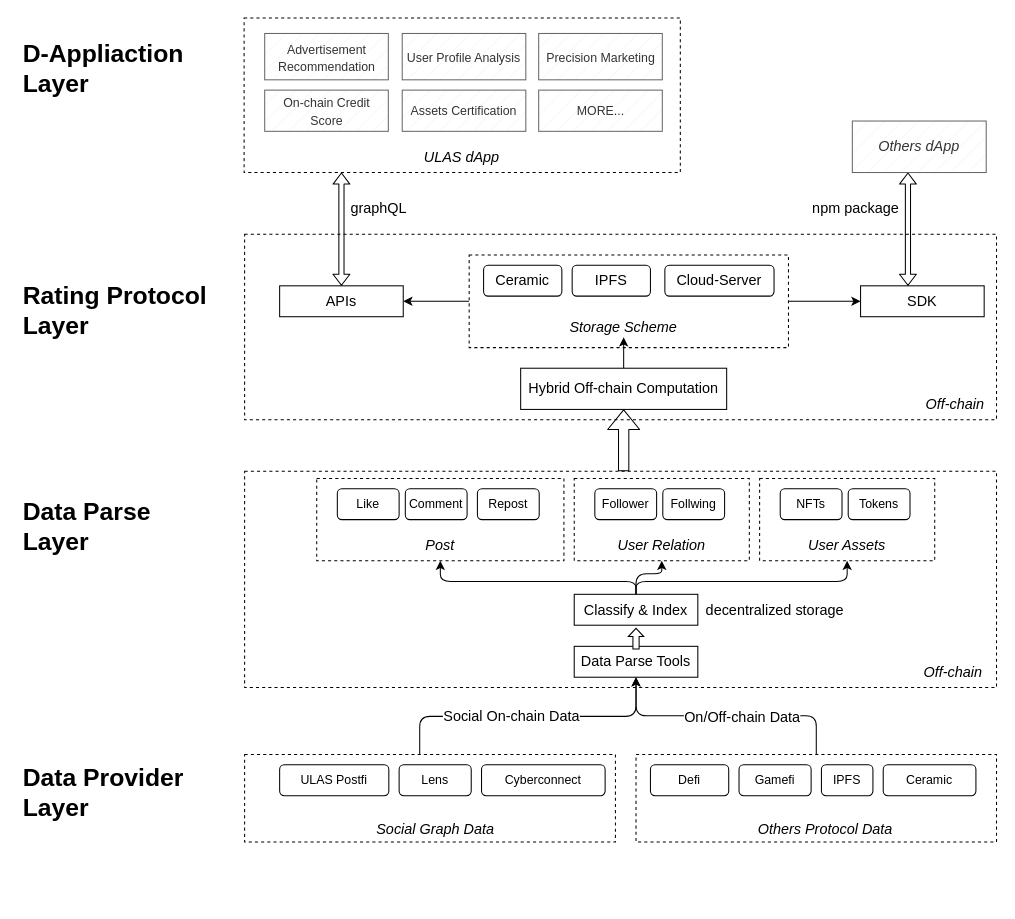
ulasnetwork/ulas-diagram keeps this draw.io diagram as Social Graph Quality Analysis.drawio. Above is the earlier version. Source tidied: cells renumbered, new cells numbered last; positions are measured from the earlier drawing's top-left corner, leaving out a move shared by most shapes. Both pictures are drawn from the tidied source at 103%, with x=0, y=0 at pixel (18, 18).
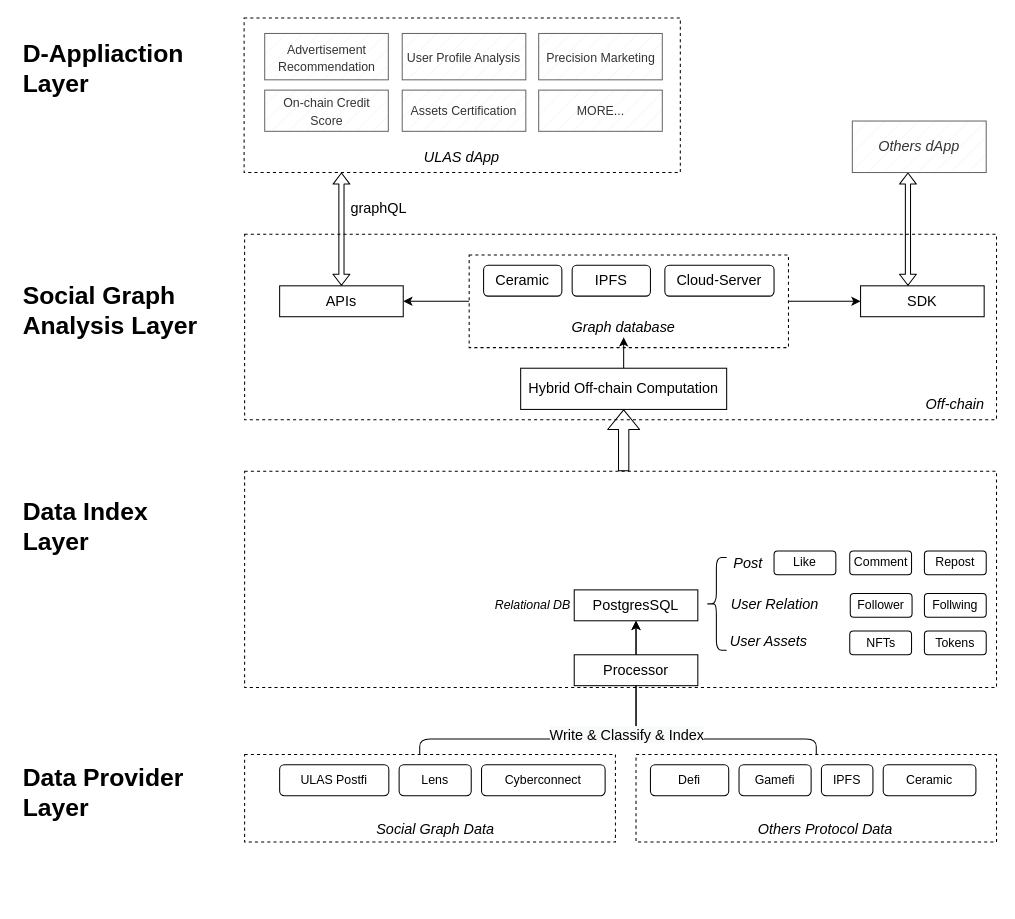
After the change.

The change refers to these unchanged cells:
```xml
<mxCell id="7" style="rounded=0;whiteSpace=wrap;html=1;dashed=1;" parent="1" vertex="1">
  <mxGeometry x="220" y="715" width="360" height="85" as="geometry" />
</mxCell>
<mxCell id="34" style="rounded=0;whiteSpace=wrap;html=1;dashed=1;" parent="1" vertex="1">
  <mxGeometry x="600" y="715" width="350" height="85" as="geometry" />
</mxCell>
```

Diff of the diagram source:
```diff
@@
-    <mxCell id="10" value="&lt;h1&gt;Rating Protocol Layer&lt;/h1&gt;" style="text;html=1;strokeColor=none;fillColor=none;spacing=5;spacingTop=-20;whiteSpace=wrap;overflow=hidden;rounded=0;" parent="1" vertex="1">
+    <mxCell id="10" value="&lt;h1&gt;Social Graph Analysis Layer&lt;/h1&gt;" style="text;html=1;strokeColor=none;fillColor=none;spacing=5;spacingTop=-20;whiteSpace=wrap;overflow=hidden;rounded=0;" parent="1" vertex="1">
       <mxGeometry y="250" width="190" height="120" as="geometry" />
     </mxCell>
@@
-    <mxCell id="14" value="&lt;h1&gt;Data Parse Layer&lt;/h1&gt;&lt;p&gt;&lt;br&gt;&lt;/p&gt;" style="text;html=1;strokeColor=none;fillColor=none;spacing=5;spacingTop=-20;whiteSpace=wrap;overflow=hidden;rounded=0;" parent="1" vertex="1">
+    <mxCell id="14" value="&lt;h1&gt;Data Index Layer&lt;/h1&gt;&lt;p&gt;&lt;br&gt;&lt;/p&gt;" style="text;html=1;strokeColor=none;fillColor=none;spacing=5;spacingTop=-20;whiteSpace=wrap;overflow=hidden;rounded=0;" parent="1" vertex="1">
       <mxGeometry y="459.8" width="200" height="170.5" as="geometry" />
     </mxCell>
@@
-    <mxCell id="17" style="rounded=0;whiteSpace=wrap;html=1;dashed=1;" parent="1" vertex="1">
-      <mxGeometry x="290" y="447" width="240" height="80" as="geometry" />
-    </mxCell>
     <mxCell id="18" value="Like" style="rounded=1;whiteSpace=wrap;html=1;" parent="1" vertex="1">
-      <mxGeometry x="310" y="457" width="60" height="30" as="geometry" />
+      <mxGeometry x="734" y="517.5" width="60" height="23" as="geometry" />
     </mxCell>
     <mxCell id="19" value="Comment" style="rounded=1;whiteSpace=wrap;html=1;" parent="1" vertex="1">
-      <mxGeometry x="376" y="457" width="60" height="30" as="geometry" />
+      <mxGeometry x="807.5" y="517.5" width="60" height="23" as="geometry" />
     </mxCell>
     <mxCell id="20" value="Repost" style="rounded=1;whiteSpace=wrap;html=1;" parent="1" vertex="1">
-      <mxGeometry x="446" y="457" width="60" height="30" as="geometry" />
+      <mxGeometry x="880" y="517.5" width="60" height="23" as="geometry" />
     </mxCell>
     <mxCell id="21" value="&lt;font style=&quot;font-size: 14px;&quot;&gt;&lt;i&gt;Post&lt;/i&gt;&lt;/font&gt;" style="text;html=1;strokeColor=none;fillColor=none;align=center;verticalAlign=middle;whiteSpace=wrap;rounded=0;" parent="1" vertex="1">
-      <mxGeometry x="380" y="497" width="60" height="30" as="geometry" />
+      <mxGeometry x="692" y="514" width="34" height="30" as="geometry" />
     </mxCell>
-    <mxCell id="22" style="rounded=0;whiteSpace=wrap;html=1;dashed=1;" parent="1" vertex="1">
-      <mxGeometry x="540" y="447" width="170" height="80" as="geometry" />
-    </mxCell>
     <mxCell id="23" value="Follower" style="rounded=1;whiteSpace=wrap;html=1;" parent="1" vertex="1">
-      <mxGeometry x="560" y="457" width="60" height="30" as="geometry" />
+      <mxGeometry x="808" y="558.8" width="60" height="23" as="geometry" />
     </mxCell>
     <mxCell id="24" value="Follwing" style="rounded=1;whiteSpace=wrap;html=1;" parent="1" vertex="1">
-      <mxGeometry x="626" y="457" width="60" height="30" as="geometry" />
+      <mxGeometry x="880" y="558.8" width="60" height="23" as="geometry" />
     </mxCell>
     <mxCell id="25" value="&lt;font style=&quot;font-size: 14px;&quot;&gt;&lt;i&gt;User Relation&lt;/i&gt;&lt;/font&gt;" style="text;html=1;strokeColor=none;fillColor=none;align=center;verticalAlign=middle;whiteSpace=wrap;rounded=0;" parent="1" vertex="1">
-      <mxGeometry x="570" y="502" width="110" height="20" as="geometry" />
+      <mxGeometry x="690" y="558.8" width="90" height="20" as="geometry" />
     </mxCell>
-    <mxCell id="26" style="rounded=0;whiteSpace=wrap;html=1;dashed=1;" parent="1" vertex="1">
-      <mxGeometry x="720" y="447" width="170" height="80" as="geometry" />
-    </mxCell>
     <mxCell id="27" value="NFTs" style="rounded=1;whiteSpace=wrap;html=1;" parent="1" vertex="1">
-      <mxGeometry x="740" y="457" width="60" height="30" as="geometry" />
+      <mxGeometry x="807.5" y="595.2" width="60" height="23" as="geometry" />
     </mxCell>
     <mxCell id="28" value="Tokens" style="rounded=1;whiteSpace=wrap;html=1;" parent="1" vertex="1">
-      <mxGeometry x="806" y="457" width="60" height="30" as="geometry" />
+      <mxGeometry x="880" y="595.2" width="60" height="23" as="geometry" />
     </mxCell>
     <mxCell id="29" value="&lt;font style=&quot;font-size: 14px;&quot;&gt;&lt;i&gt;User Assets&lt;/i&gt;&lt;/font&gt;" style="text;html=1;strokeColor=none;fillColor=none;align=center;verticalAlign=middle;whiteSpace=wrap;rounded=0;" parent="1" vertex="1">
-      <mxGeometry x="750" y="502" width="110" height="20" as="geometry" />
+      <mxGeometry x="688" y="595.2" width="82" height="20" as="geometry" />
     </mxCell>
@@
-    <mxCell id="31" value="Data Parse Tools" style="rounded=0;whiteSpace=wrap;html=1;fontSize=14;" parent="1" vertex="1">
-      <mxGeometry x="540" y="610" width="120" height="30" as="geometry" />
-    </mxCell>
-    <mxCell id="32" style="edgeStyle=orthogonalEdgeStyle;rounded=1;jettySize=auto;html=1;fontSize=14;exitX=0.5;exitY=0;exitDx=0;exitDy=0;" parent="1" edge="1" source="34" target="31">
-      <mxGeometry relative="1" as="geometry" />
+    <mxCell id="32" style="edgeStyle=orthogonalEdgeStyle;rounded=1;jettySize=auto;html=1;fontSize=14;exitX=0.5;exitY=0;exitDx=0;exitDy=0;entryX=0.5;entryY=1;entryDx=0;entryDy=0;" parent="1" edge="1" source="34" target="43">
+      <mxGeometry relative="1" as="geometry">
+        <Array as="points">
+          <mxPoint x="775" y="700" />
+          <mxPoint x="600" y="700" />
+        </Array>
+      </mxGeometry>
     </mxCell>
-    <mxCell id="33" value="On/Off-chain Data" style="edgeLabel;html=1;align=center;verticalAlign=middle;fontSize=14;" parent="32" vertex="1">
-      <mxGeometry x="-0.12" y="1" relative="1" as="geometry" />
-    </mxCell>
@@
-    <mxCell id="39" style="edgeStyle=orthogonalEdgeStyle;jettySize=auto;html=1;fontSize=14;rounded=1;" parent="1" edge="1" source="7" target="31">
+    <mxCell id="39" style="edgeStyle=orthogonalEdgeStyle;jettySize=auto;html=1;fontSize=14;rounded=1;entryX=0.5;entryY=1;entryDx=0;entryDy=0;" parent="1" edge="1" source="7" target="43">
       <mxGeometry relative="1" as="geometry">
         <Array as="points">
-          <mxPoint x="390" y="678" />
-          <mxPoint x="600" y="678" />
+          <mxPoint x="390" y="700" />
+          <mxPoint x="600" y="700" />
         </Array>
       </mxGeometry>
     </mxCell>
-    <mxCell id="40" value="Social On-chain Data" style="edgeLabel;html=1;align=center;verticalAlign=middle;fontSize=14;" parent="39" vertex="1">
-      <mxGeometry x="-0.12" y="1" relative="1" as="geometry" />
-    </mxCell>
+    <mxCell id="71" value="&lt;span style=&quot;font-size: 14px; background-color: rgb(248, 249, 250);&quot;&gt;Write &amp;amp; Classify &amp;amp; Index&lt;/span&gt;" style="edgeLabel;html=1;align=center;verticalAlign=middle;fontSize=12;" parent="39" vertex="1">
+      <mxGeometry x="-0.16" y="-3" relative="1" as="geometry">
+        <mxPoint x="72" y="-8" as="offset" />
+      </mxGeometry>
+    </mxCell>
@@
-    <mxCell id="42" style="edgeStyle=orthogonalEdgeStyle;rounded=1;jettySize=auto;html=1;exitX=0.5;exitY=0;exitDx=0;exitDy=0;fontSize=14;entryX=0.5;entryY=1;entryDx=0;entryDy=0;" parent="1" edge="1" source="43" target="21">
-      <mxGeometry relative="1" as="geometry">
-        <Array as="points">
-          <mxPoint x="600" y="547" />
-          <mxPoint x="410" y="547" />
-        </Array>
-      </mxGeometry>
-    </mxCell>
-    <mxCell id="43" value="Classify &amp;amp; Index" style="rounded=0;whiteSpace=wrap;html=1;fontSize=14;" parent="1" vertex="1">
-      <mxGeometry x="540" y="559.5" width="120" height="30" as="geometry" />
+    <mxCell id="43" value="PostgresSQL" style="rounded=0;whiteSpace=wrap;html=1;fontSize=14;" parent="1" vertex="1">
+      <mxGeometry x="540" y="555.2" width="120" height="30" as="geometry" />
     </mxCell>
-    <mxCell id="44" style="shape=singleArrow;whiteSpace=wrap;html=1;arrowWidth=0.4;arrowSize=0.4;fontSize=14;rounded=0;rotation=-90;" parent="1" vertex="1">
-      <mxGeometry x="590" y="595" width="20" height="15" as="geometry" />
-    </mxCell>
-    <mxCell id="45" style="edgeStyle=orthogonalEdgeStyle;rounded=1;jettySize=auto;html=1;exitX=0.5;exitY=0;exitDx=0;exitDy=0;fontSize=14;" parent="1" edge="1" source="43" target="22">
-      <mxGeometry relative="1" as="geometry" />
-    </mxCell>
-    <mxCell id="46" style="edgeStyle=orthogonalEdgeStyle;rounded=1;jettySize=auto;html=1;exitX=0.5;exitY=0;exitDx=0;exitDy=0;fontSize=14;" parent="1" edge="1" source="43" target="26">
-      <mxGeometry relative="1" as="geometry">
-        <Array as="points">
-          <mxPoint x="600" y="547" />
-          <mxPoint x="805" y="547" />
-        </Array>
-      </mxGeometry>
-    </mxCell>
-    <mxCell id="47" value="decentralized storage" style="text;html=1;strokeColor=none;fillColor=none;align=center;verticalAlign=middle;whiteSpace=wrap;rounded=0;fontSize=14;" parent="1" vertex="1">
-      <mxGeometry x="660" y="559.5" width="150" height="30" as="geometry" />
-    </mxCell>
-    <mxCell id="48" value="&lt;i&gt;Off-chain&lt;/i&gt;" style="text;html=1;strokeColor=none;fillColor=none;align=center;verticalAlign=middle;whiteSpace=wrap;rounded=0;fontSize=14;" parent="1" vertex="1">
-      <mxGeometry x="878" y="620" width="60" height="30" as="geometry" />
-    </mxCell>
@@
-    <mxCell id="56" value="&lt;font style=&quot;font-size: 14px;&quot;&gt;&lt;i&gt;Storage Scheme&lt;/i&gt;&lt;/font&gt;" style="text;html=1;strokeColor=none;fillColor=none;align=center;verticalAlign=middle;whiteSpace=wrap;rounded=0;" parent="1" vertex="1">
+    <mxCell id="56" value="&lt;font style=&quot;font-size: 14px;&quot;&gt;&lt;i&gt;Graph database&lt;/i&gt;&lt;/font&gt;" style="text;html=1;strokeColor=none;fillColor=none;align=center;verticalAlign=middle;whiteSpace=wrap;rounded=0;" parent="1" vertex="1">
       <mxGeometry x="533" y="290" width="110" height="20" as="geometry" />
     </mxCell>
@@
-    <mxCell id="67" value="npm package" style="text;html=1;align=center;verticalAlign=middle;strokeColor=none;fillColor=none;fontSize=14;" parent="1" vertex="1">
-      <mxGeometry x="757.5" y="170" width="110" height="30" as="geometry" />
-    </mxCell>
@@
+    <mxCell id="72" value="&lt;i&gt;Relational DB&lt;/i&gt;" style="text;html=1;strokeColor=none;fillColor=none;align=center;verticalAlign=middle;whiteSpace=wrap;rounded=0;fillStyle=hatch;fontSize=12;" parent="1" vertex="1">
+      <mxGeometry x="460" y="555.2" width="80" height="30" as="geometry" />
+    </mxCell>
+    <mxCell id="73" style="shape=curlyBracket;whiteSpace=wrap;html=1;rounded=1;fillStyle=hatch;fontSize=12;" parent="1" vertex="1">
+      <mxGeometry x="668" y="523.8" width="20" height="90" as="geometry" />
+    </mxCell>
+    <mxCell id="74" value="Processor" style="rounded=0;whiteSpace=wrap;html=1;fontSize=14;" parent="1" vertex="1">
+      <mxGeometry x="540" y="618.2" width="120" height="30" as="geometry" />
+    </mxCell>
```
